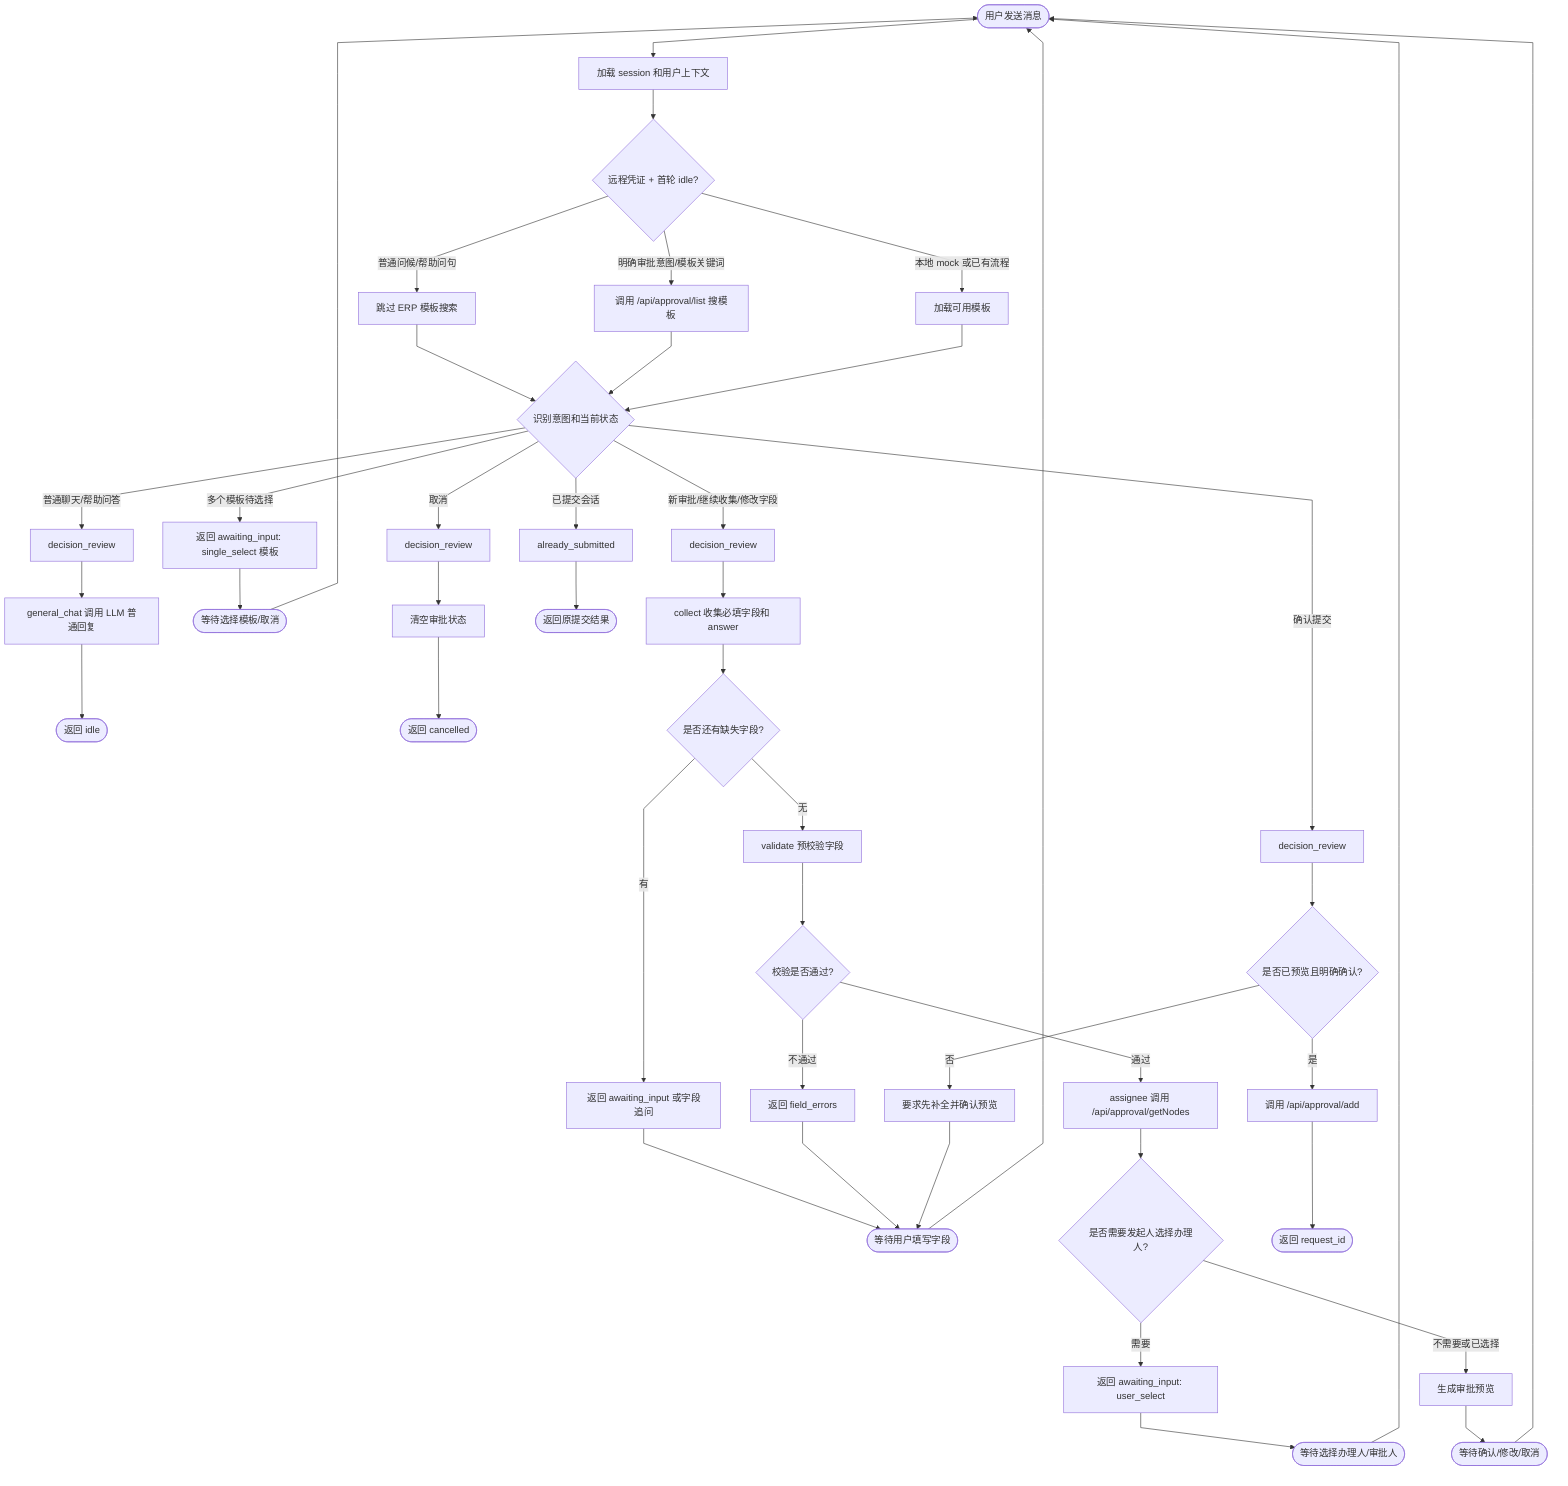
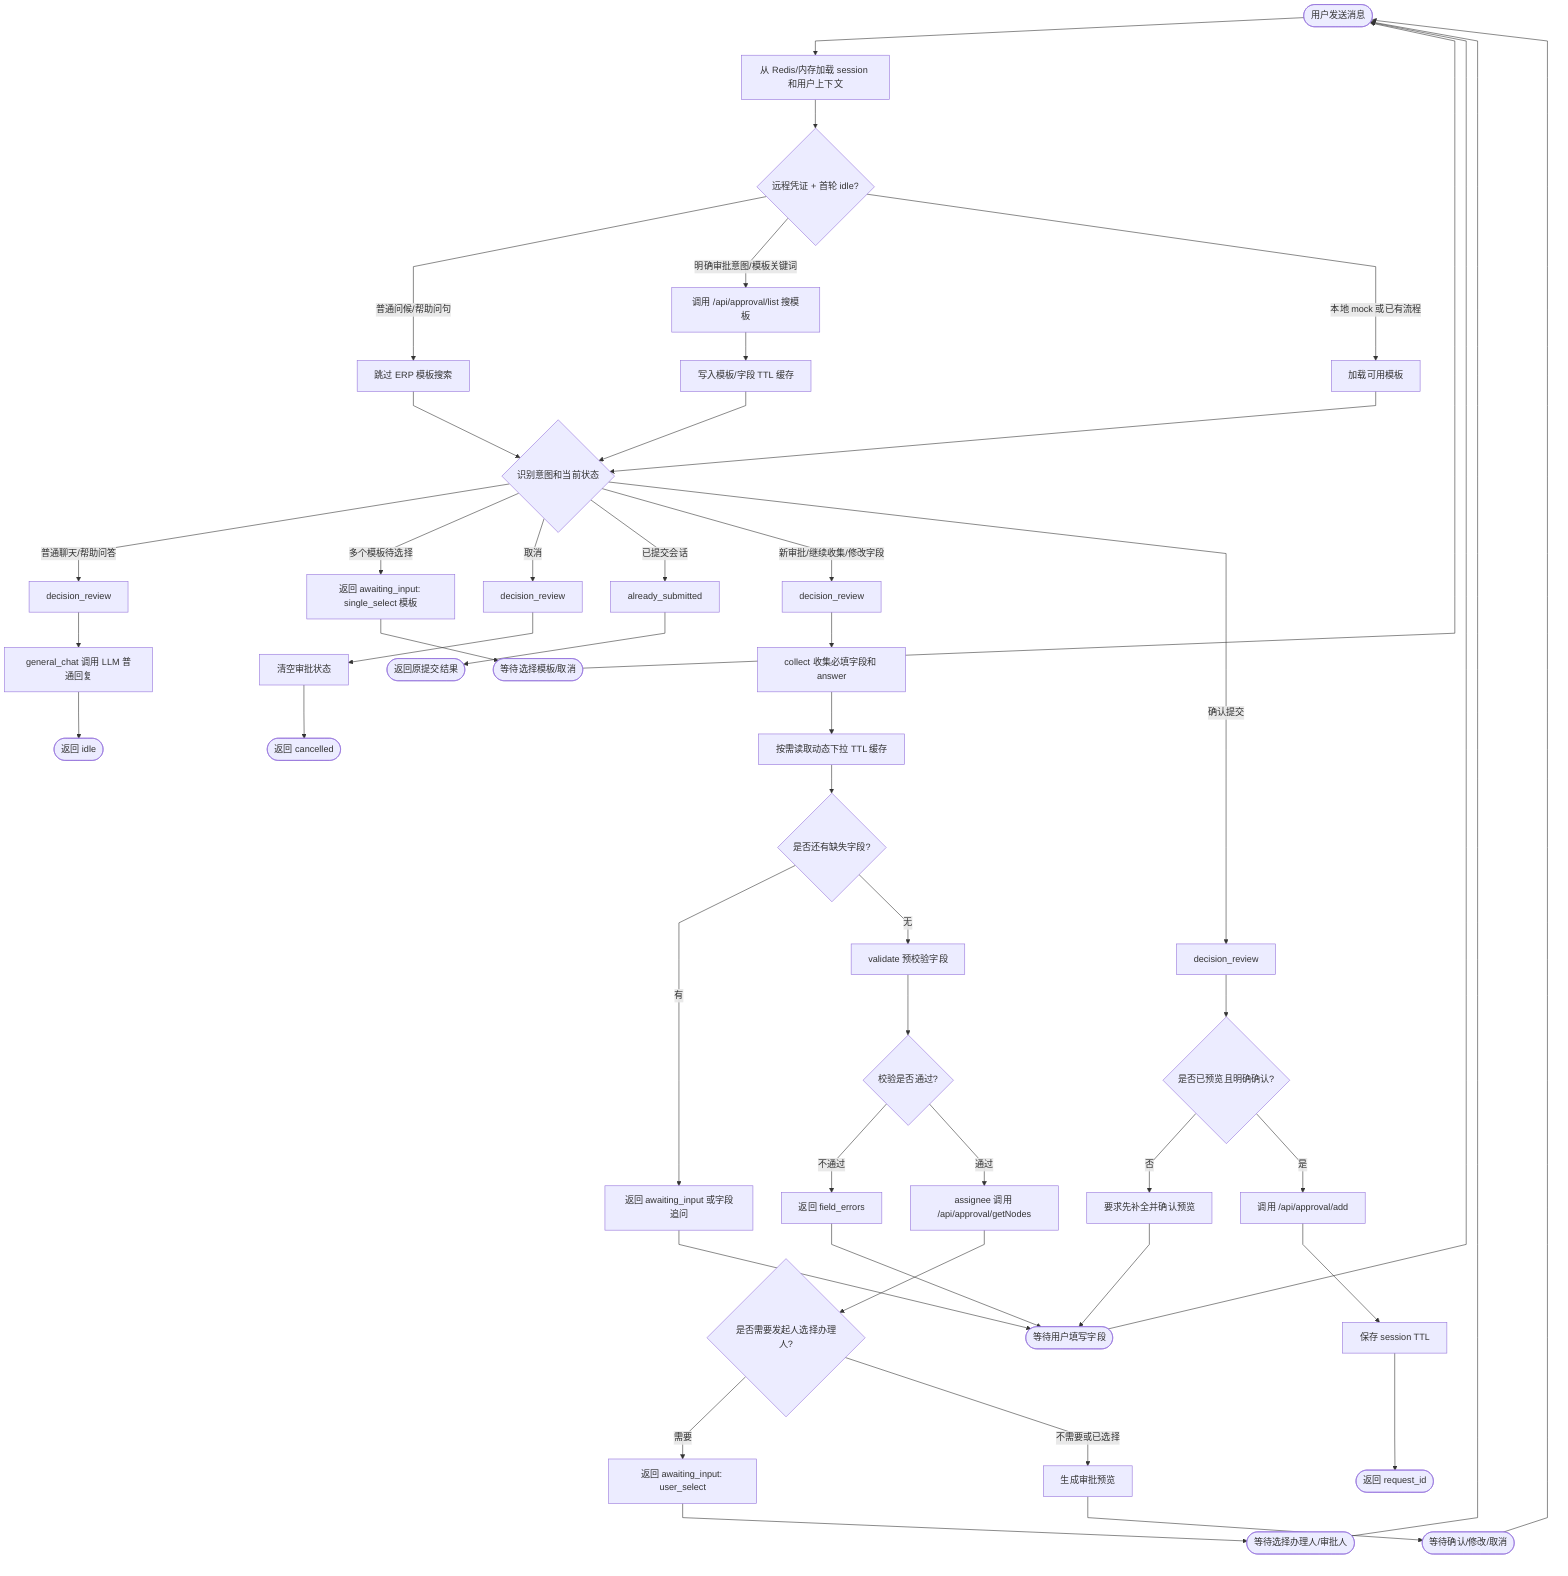
---
config:
  flowchart:
    curve: linear
---
graph TD
-     start([用户发送消息]) --> load[加载 session 和用户上下文]
+     start([用户发送消息]) --> load[从 Redis/内存加载 session 和用户上下文]
    load --> remote_gate{远程凭证 + 首轮 idle?}

    remote_gate -->|普通问候/帮助问句| skip_templates[跳过 ERP 模板搜索]
    remote_gate -->|明确审批意图/模板关键词| search_templates[调用 /api/approval/list 搜模板]
    remote_gate -->|本地 mock 或已有流程| load_templates[加载可用模板]

    skip_templates --> classify{识别意图和当前状态}
-     search_templates --> classify
+     search_templates --> template_cache[写入模板/字段 TTL 缓存]
+     template_cache --> classify
    load_templates --> classify

    classify -->|普通聊天/帮助问答| review_general[decision_review]
    review_general --> general_chat[general_chat 调用 LLM 普通回复]
    general_chat --> idle([返回 idle])

    classify -->|多个模板待选择| template_choice[返回 awaiting_input: single_select 模板]
    template_choice --> wait_template([等待选择模板/取消])
    wait_template --> start

    classify -->|取消| review_cancel[decision_review]
    review_cancel --> cancel[清空审批状态]
    cancel --> cancelled([返回 cancelled])

    classify -->|已提交会话| already[already_submitted]
    already --> submitted_again([返回原提交结果])

    classify -->|新审批/继续收集/修改字段| review_collect[decision_review]
    review_collect --> collect[collect 收集必填字段和 answer]
-     collect --> missing{是否还有缺失字段?}
+     collect --> dynamic_options[按需读取动态下拉 TTL 缓存]
+     dynamic_options --> missing{是否还有缺失字段?}
    missing -->|有| ask_field[返回 awaiting_input 或字段追问]
    ask_field --> wait_field([等待用户填写字段])
    wait_field --> start

    missing -->|无| validate[validate 预校验字段]
    validate --> valid{校验是否通过?}
    valid -->|不通过| fix[返回 field_errors]
    fix --> wait_field

    valid -->|通过| assignee[assignee 调用 /api/approval/getNodes]
    assignee --> need_user{是否需要发起人选择办理人?}
    need_user -->|需要| ask_assignee[返回 awaiting_input: user_select]
    ask_assignee --> wait_assignee([等待选择办理人/审批人])
    wait_assignee --> start

    need_user -->|不需要或已选择| preview[生成审批预览]
    preview --> wait_confirm([等待确认/修改/取消])
    wait_confirm --> start

    classify -->|确认提交| review_submit[decision_review]
    review_submit --> submit_guard{是否已预览且明确确认?}
    submit_guard -->|否| clarify_confirm[要求先补全并确认预览]
    clarify_confirm --> wait_field
    submit_guard -->|是| submit[调用 /api/approval/add]
-     submit --> submitted([返回 request_id])
+     submit --> save_state[保存 session TTL]
+     save_state --> submitted([返回 request_id])
